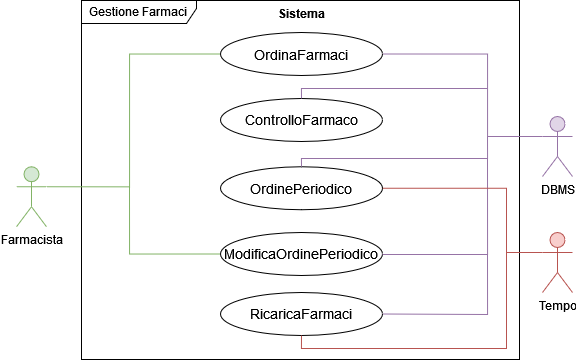
The draw.io diagram Documentazione aggiornata/Gestione Farmaci.png in innovazionebot/Pharmalink, before a commit. Source tidied: cells renumbered, new cells last; positions are measured from the earlier drawing's top-left corner, leaving out a move shared by most shapes.
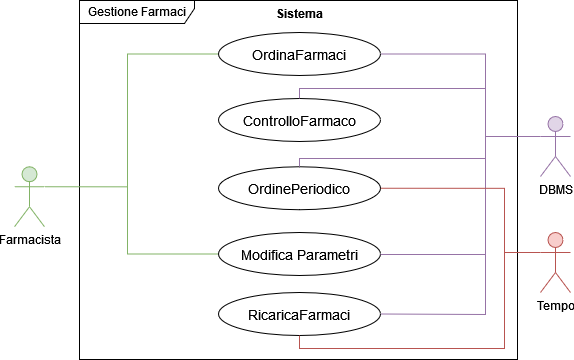
The same file after the commit.

Diff of the diagram source:
```diff
@@ -42,7 +42,7 @@
     <mxCell id="11" value="&lt;div&gt;OrdinePeriodico&lt;/div&gt;" style="ellipse;whiteSpace=wrap;html=1;fontSize=14;strokeColor=default;verticalAlign=middle;align=center;horizontal=1;labelPosition=center;verticalLabelPosition=middle;" parent="1" vertex="1">
       <mxGeometry x="204" y="166.2" width="162" height="43" as="geometry" />
     </mxCell>
-    <mxCell id="12" value="&lt;div&gt;ModificaOrdinePeriodico&lt;/div&gt;" style="ellipse;whiteSpace=wrap;html=1;fontSize=14;strokeColor=default;verticalAlign=middle;align=center;horizontal=1;labelPosition=center;verticalLabelPosition=middle;" parent="1" vertex="1">
+    <mxCell id="12" value="Modifica Parametri" style="ellipse;whiteSpace=wrap;html=1;fontSize=14;strokeColor=default;verticalAlign=middle;align=center;horizontal=1;labelPosition=center;verticalLabelPosition=middle;" parent="1" vertex="1">
       <mxGeometry x="204" y="232" width="162" height="43" as="geometry" />
     </mxCell>
     <mxCell id="13" style="endArrow=none;html=1;rounded=0;strokeWidth=1;entryX=0;entryY=0.5;entryDx=0;entryDy=0;edgeStyle=orthogonalEdgeStyle;fillColor=#d5e8d4;strokeColor=#82b366;" parent="1" edge="1" target="12">
```
